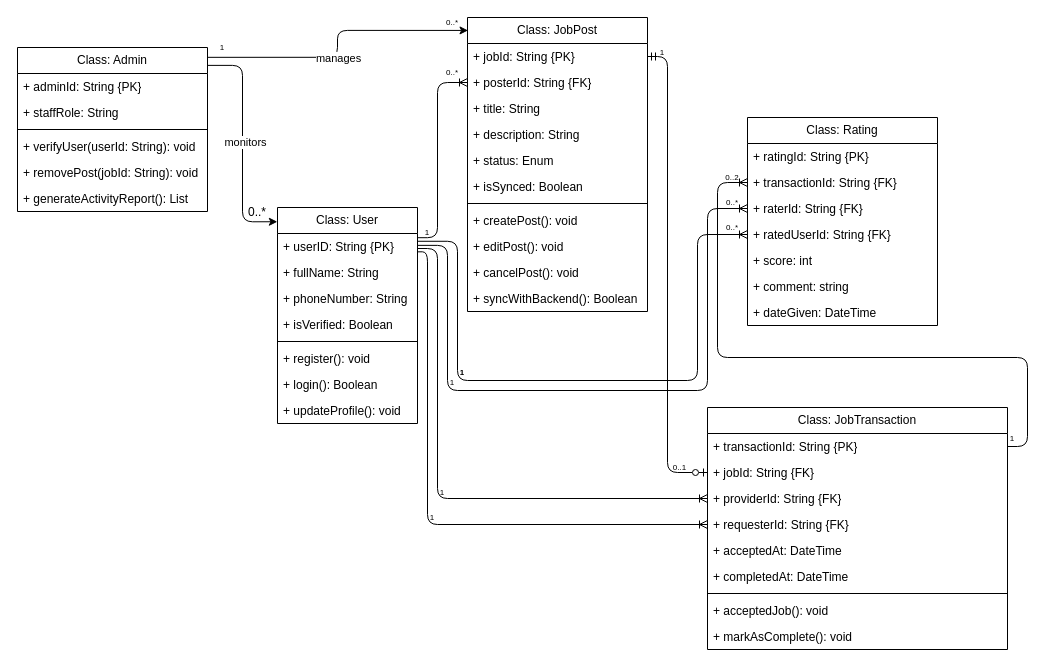
Above: ClassDiagram.drawio in eigenlambda123/BarangayMicroJobs (draw.io), before the change. Source tidied: cells renumbered, new cells numbered last; positions are measured from the earlier drawing's top-left corner, leaving out a move shared by most shapes. Both pictures are drawn from the tidied source at 100%, with x=0, y=0 at pixel (17, 17).
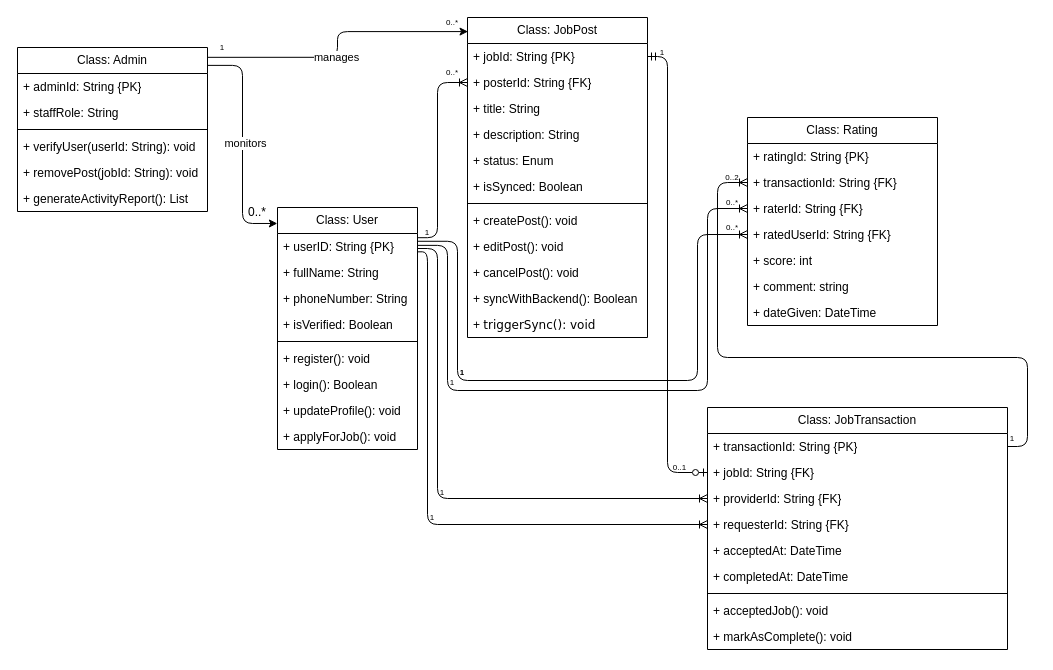
The same diagram, later.

What changed in the source:
```diff
@@
     <mxCell id="2" value="Class: User" style="swimlane;fontStyle=0;horizontal=1;startSize=26;fillColor=none;whiteSpace=wrap;html=1;snapToPoint=0;enumerate=0;miterlimit=4;" parent="1" vertex="1">
-      <mxGeometry x="260" y="190" width="140" height="216" as="geometry" />
+      <mxGeometry x="260" y="190" width="140" height="242" as="geometry" />
     </mxCell>
@@
+    <mxCell id="75" value="+&amp;nbsp;applyForJob(): void" style="text;strokeColor=none;fillColor=none;align=left;verticalAlign=top;spacingLeft=4;spacingRight=4;overflow=hidden;whiteSpace=wrap;html=1;enumerate=0;miterlimit=4;" parent="2" vertex="1">
+      <mxGeometry y="216" width="140" height="26" as="geometry" />
+    </mxCell>
     <mxCell id="11" value="Class: JobPost" style="swimlane;fontStyle=0;horizontal=1;startSize=26;fillColor=none;whiteSpace=wrap;html=1;snapToPoint=0;enumerate=0;miterlimit=4;" parent="1" vertex="1">
-      <mxGeometry x="450" width="180" height="294" as="geometry" />
+      <mxGeometry x="450" width="180" height="320" as="geometry" />
     </mxCell>
@@
+    <mxCell id="76" value="&lt;font&gt;+&amp;nbsp;&lt;span style=&quot;font-family: Verdana; text-align: center; text-wrap-mode: nowrap;&quot;&gt;triggerSync(): void&lt;/span&gt;&lt;/font&gt;" style="text;strokeColor=none;fillColor=none;align=left;verticalAlign=top;spacingLeft=4;spacingRight=4;overflow=hidden;whiteSpace=wrap;html=1;enumerate=0;miterlimit=4;" parent="11" vertex="1">
+      <mxGeometry y="294" width="180" height="26" as="geometry" />
+    </mxCell>
```
